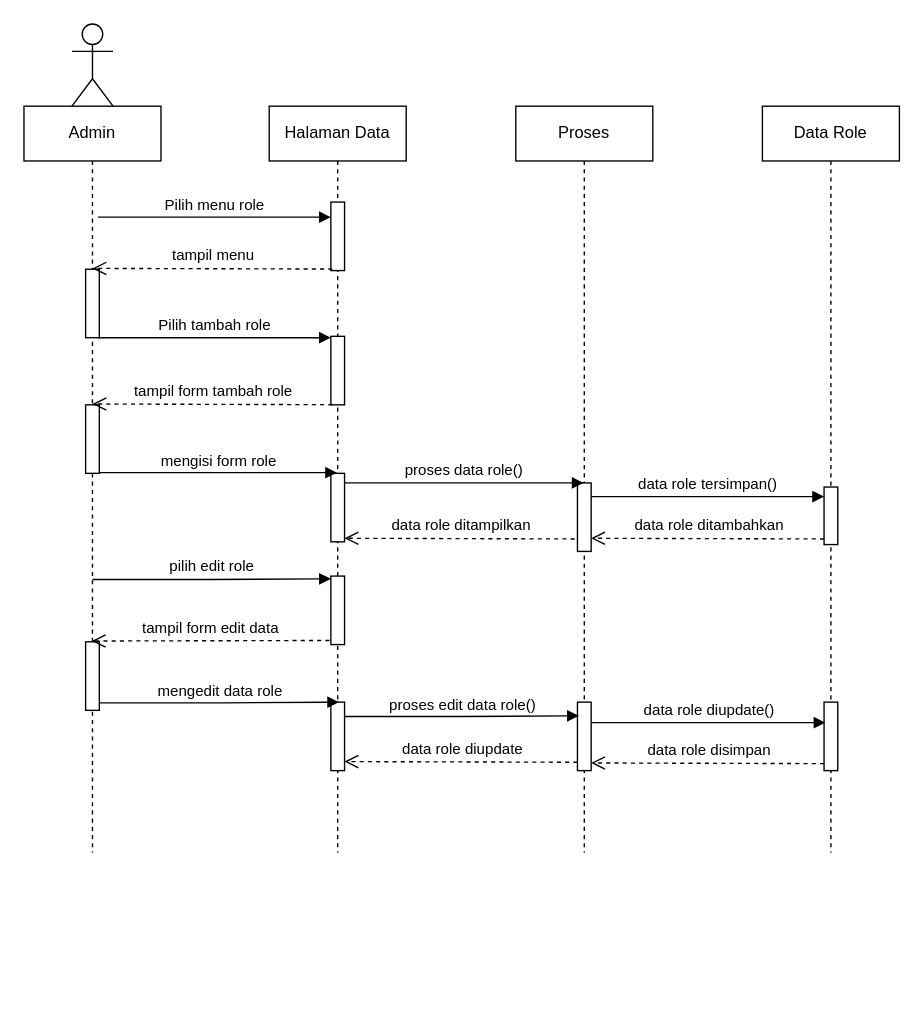
Before: page "Role" (2 of 8) of Sequence.drawio in AstinaWahyuni/Proyek, a draw.io diagram. Source tidied: cells renumbered, new cells numbered last; positions are measured from the earlier drawing's top-left corner, leaving out a move shared by most shapes. Both pictures are drawn from the tidied source at 137%, with x=0, y=0 at pixel (23, 23).
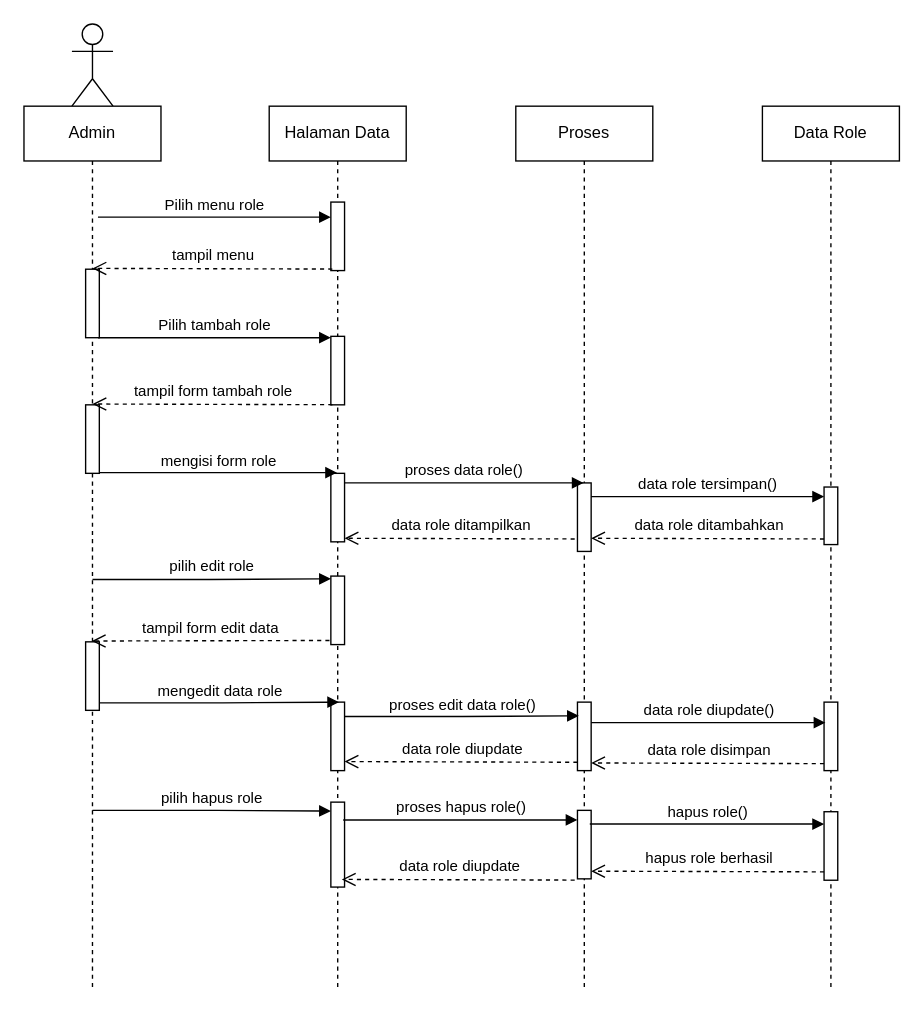
Above is the later version.

Diff of the diagram source:
```diff
@@
     <mxCell id="2" value="Halaman Data" style="shape=umlLifeline;perimeter=lifelinePerimeter;whiteSpace=wrap;html=1;outlineConnect=0;portConstraint=eastwest;newEdgeStyle={&quot;edgeStyle&quot;:&quot;elbowEdgeStyle&quot;,&quot;elbow&quot;:&quot;vertical&quot;,&quot;curved&quot;:0,&quot;rounded&quot;:0};" parent="1" vertex="1">
-      <mxGeometry x="179" y="60" width="100" height="545" as="geometry" />
+      <mxGeometry x="179" y="60" width="100" height="645" as="geometry" />
     </mxCell>
@@
+    <mxCell id="35" style="html=1;perimeter=orthogonalPerimeter;targetShapes=umlLifeline;newEdgeStyle={&quot;edgeStyle&quot;:&quot;elbowEdgeStyle&quot;,&quot;elbow&quot;:&quot;vertical&quot;,&quot;curved&quot;:0,&quot;rounded&quot;:0};" parent="2" vertex="1">
+      <mxGeometry x="45" y="508" width="10" height="62" as="geometry" />
+    </mxCell>
     <mxCell id="8" value="Proses" style="shape=umlLifeline;perimeter=lifelinePerimeter;whiteSpace=wrap;html=1;outlineConnect=0;portConstraint=eastwest;newEdgeStyle={&quot;edgeStyle&quot;:&quot;elbowEdgeStyle&quot;,&quot;elbow&quot;:&quot;vertical&quot;,&quot;curved&quot;:0,&quot;rounded&quot;:0};" parent="1" vertex="1">
-      <mxGeometry x="359" y="60" width="100" height="545" as="geometry" />
+      <mxGeometry x="359" y="60" width="100" height="645" as="geometry" />
     </mxCell>
@@
+    <mxCell id="36" style="html=1;perimeter=orthogonalPerimeter;targetShapes=umlLifeline;newEdgeStyle={&quot;edgeStyle&quot;:&quot;elbowEdgeStyle&quot;,&quot;elbow&quot;:&quot;vertical&quot;,&quot;curved&quot;:0,&quot;rounded&quot;:0};" parent="8" vertex="1">
+      <mxGeometry x="45" y="514" width="10" height="50" as="geometry" />
+    </mxCell>
     <mxCell id="11" value="Data Role" style="shape=umlLifeline;perimeter=lifelinePerimeter;whiteSpace=wrap;html=1;newEdgeStyle={&quot;edgeStyle&quot;:&quot;elbowEdgeStyle&quot;,&quot;elbow&quot;:&quot;vertical&quot;,&quot;curved&quot;:0,&quot;rounded&quot;:0};" parent="1" vertex="1">
-      <mxGeometry x="539" y="60" width="100" height="545" as="geometry" />
+      <mxGeometry x="539" y="60" width="100" height="645" as="geometry" />
     </mxCell>
@@
+    <mxCell id="37" style="html=1;perimeter=orthogonalPerimeter;targetShapes=umlLifeline;newEdgeStyle={&quot;edgeStyle&quot;:&quot;elbowEdgeStyle&quot;,&quot;elbow&quot;:&quot;vertical&quot;,&quot;curved&quot;:0,&quot;rounded&quot;:0};" parent="11" vertex="1">
+      <mxGeometry x="45" y="515" width="10" height="50" as="geometry" />
+    </mxCell>
@@
     <mxCell id="15" value="Admin" style="shape=umlLifeline;perimeter=lifelinePerimeter;whiteSpace=wrap;html=1;outlineConnect=0;portConstraint=eastwest;newEdgeStyle={&quot;edgeStyle&quot;:&quot;elbowEdgeStyle&quot;,&quot;elbow&quot;:&quot;vertical&quot;,&quot;curved&quot;:0,&quot;rounded&quot;:0};" parent="1" vertex="1">
-      <mxGeometry y="60" width="100" height="545" as="geometry" />
+      <mxGeometry y="60" width="100" height="645" as="geometry" />
     </mxCell>
@@
+    <mxCell id="38" value="pilih hapus role" style="html=1;verticalAlign=bottom;endArrow=block;edgeStyle=elbowEdgeStyle;elbow=horizontal;curved=0;rounded=0;" parent="1" edge="1">
+      <mxGeometry relative="1" as="geometry">
+        <mxPoint x="50" y="574" as="sourcePoint" />
+        <mxPoint x="224" y="574.5" as="targetPoint" />
+        <Array as="points">
+          <mxPoint x="140" y="574.5" />
+        </Array>
+      </mxGeometry>
+    </mxCell>
+    <mxCell id="39" value="proses hapus role()" style="html=1;verticalAlign=bottom;endArrow=block;edgeStyle=elbowEdgeStyle;elbow=horizontal;curved=0;rounded=0;" parent="1" edge="1">
+      <mxGeometry relative="1" as="geometry">
+        <mxPoint x="233" y="581" as="sourcePoint" />
+        <mxPoint x="404" y="581" as="targetPoint" />
+        <Array as="points">
+          <mxPoint x="319" y="581.5" />
+        </Array>
+      </mxGeometry>
+    </mxCell>
+    <mxCell id="40" value="hapus role()" style="html=1;verticalAlign=bottom;endArrow=block;edgeStyle=elbowEdgeStyle;elbow=horizontal;curved=0;rounded=0;" parent="1" edge="1">
+      <mxGeometry relative="1" as="geometry">
+        <mxPoint x="413" y="584" as="sourcePoint" />
+        <mxPoint x="584" y="584" as="targetPoint" />
+        <Array as="points">
+          <mxPoint x="499" y="584.5" />
+        </Array>
+      </mxGeometry>
+    </mxCell>
+    <mxCell id="41" value="hapus role berhasil" style="html=1;verticalAlign=bottom;endArrow=open;dashed=1;endSize=8;edgeStyle=elbowEdgeStyle;elbow=vertical;curved=0;rounded=0;" parent="1" edge="1">
+      <mxGeometry relative="1" as="geometry">
+        <mxPoint x="584" y="618.9" as="sourcePoint" />
+        <mxPoint x="414" y="618" as="targetPoint" />
+        <Array as="points">
+          <mxPoint x="602" y="618.4" />
+        </Array>
+      </mxGeometry>
+    </mxCell>
+    <mxCell id="42" value="data role diupdate" style="html=1;verticalAlign=bottom;endArrow=open;dashed=1;endSize=8;edgeStyle=elbowEdgeStyle;elbow=vertical;curved=0;rounded=0;" parent="1" edge="1">
+      <mxGeometry relative="1" as="geometry">
+        <mxPoint x="402" y="624.9" as="sourcePoint" />
+        <mxPoint x="232" y="624" as="targetPoint" />
+        <Array as="points">
+          <mxPoint x="420" y="624.4" />
+        </Array>
+      </mxGeometry>
+    </mxCell>
```
